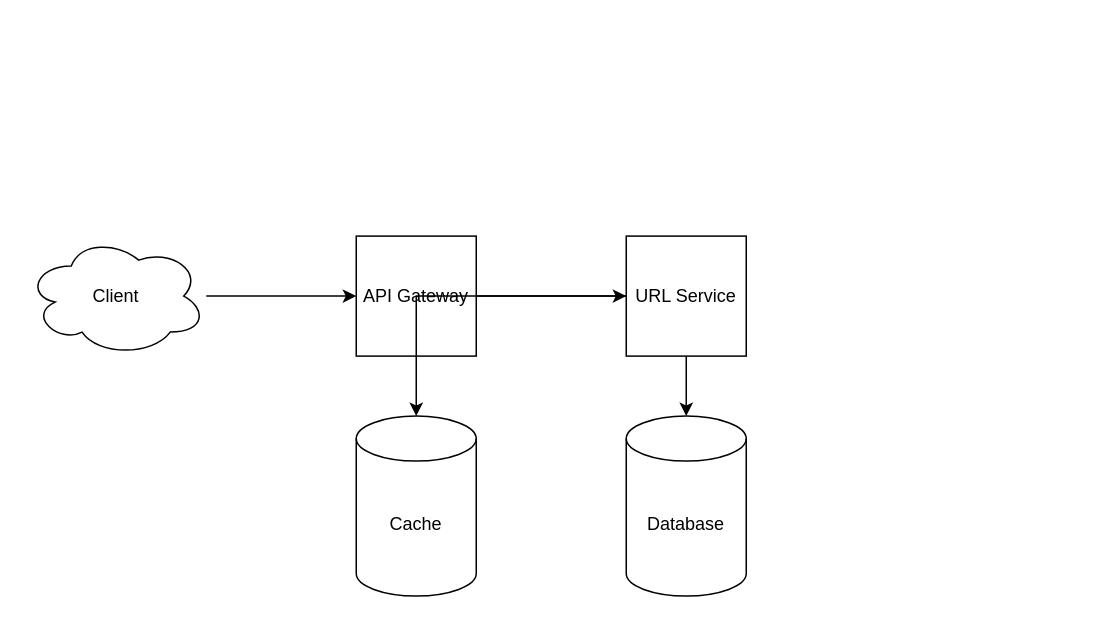
Earlier version of the draw.io diagram system-design/url-shortener/url-shortener.drawio (tarunbatta/em-prep). Source tidied: cells renumbered, new cells numbered last; positions are measured from the earlier drawing's top-left corner, leaving out a move shared by most shapes. Both pictures are drawn from the tidied source at 150%, with x=0, y=0 at pixel (26, 236).
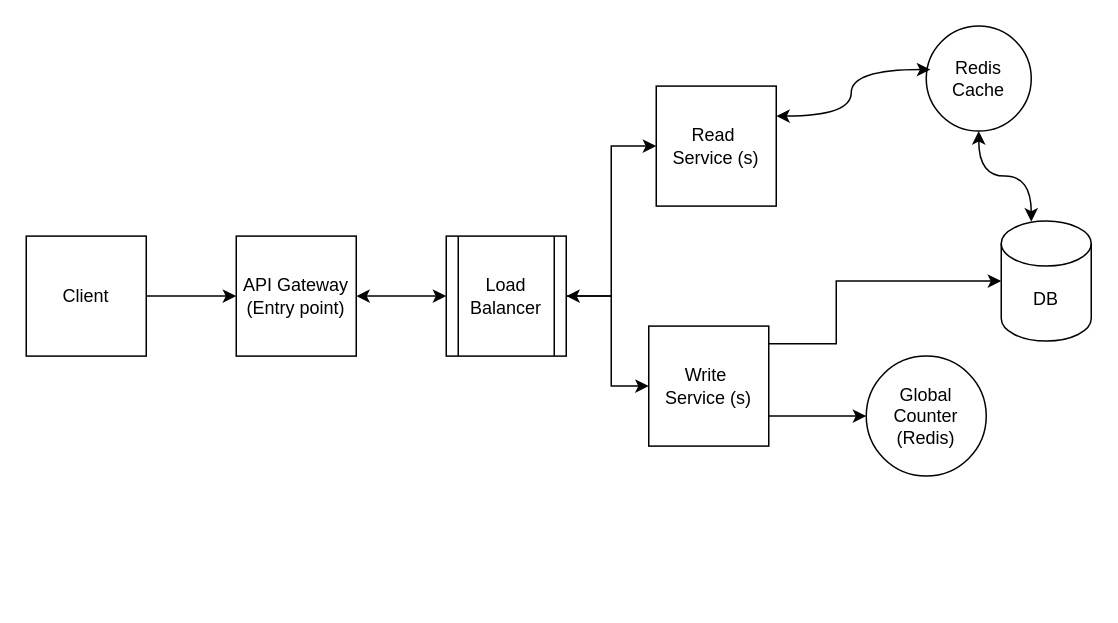
Above is the later version.

Diff of the diagram source:
```diff
@@
+    <mxCell id="11" style="edgeStyle=orthogonalEdgeStyle;rounded=0;jettySize=auto;html=1;entryX=0;entryY=0.5;entryDx=0;entryDy=0;" parent="1" edge="1" source="2" target="19">
+      <mxGeometry relative="1" as="geometry" />
+    </mxCell>
-    <mxCell id="2" value="Client" style="ellipse;shape=cloud;whiteSpace=wrap;html=1;" parent="1" vertex="1">
-      <mxGeometry y="-0.1" width="120" height="80" as="geometry" />
+    <mxCell id="2" value="Client" style="whiteSpace=wrap;html=1;" parent="1" vertex="1">
+      <mxGeometry y="-0.1" width="80" height="80" as="geometry" />
     </mxCell>
-    <mxCell id="3" value="API Gateway" style="whiteSpace=wrap;html=1;" parent="1" vertex="1">
-      <mxGeometry x="220" y="-0.1" width="80" height="80" as="geometry" />
-    </mxCell>
-    <mxCell id="4" value="URL Service" style="whiteSpace=wrap;html=1;" parent="1" vertex="1">
-      <mxGeometry x="400" y="-0.1" width="80" height="80" as="geometry" />
-    </mxCell>
-    <mxCell id="5" value="Cache" style="shape=cylinder3;whiteSpace=wrap;html=1;boundedLbl=1;backgroundOutline=1;size=15;" parent="1" vertex="1">
-      <mxGeometry x="220" y="119.9" width="80" height="120" as="geometry" />
-    </mxCell>
-    <mxCell id="6" value="Database" style="shape=cylinder3;whiteSpace=wrap;html=1;boundedLbl=1;backgroundOutline=1;size=15;" parent="1" vertex="1">
-      <mxGeometry x="400" y="119.9" width="80" height="120" as="geometry" />
-    </mxCell>
-    <mxCell id="7" style="edgeStyle=orthogonalEdgeStyle;rounded=0;jettySize=auto;html=1;" parent="1" edge="1" source="2" target="3">
-      <mxGeometry relative="1" as="geometry" />
-    </mxCell>
-    <mxCell id="8" style="edgeStyle=orthogonalEdgeStyle;rounded=0;jettySize=auto;html=1;" parent="1" edge="1" source="3" target="4">
-      <mxGeometry relative="1" as="geometry" />
-    </mxCell>
-    <mxCell id="9" style="edgeStyle=orthogonalEdgeStyle;rounded=0;jettySize=auto;html=1;" parent="1" edge="1" source="4" target="5">
-      <mxGeometry relative="1" as="geometry" />
-    </mxCell>
-    <mxCell id="10" style="edgeStyle=orthogonalEdgeStyle;rounded=0;jettySize=auto;html=1;" parent="1" edge="1" source="4" target="6">
-      <mxGeometry relative="1" as="geometry" />
-    </mxCell>
+    <mxCell id="12" style="edgeStyle=orthogonalEdgeStyle;rounded=0;jettySize=auto;html=1;exitX=1;exitY=0.75;exitDx=0;exitDy=0;entryX=0;entryY=0.5;entryDx=0;entryDy=0;" parent="1" edge="1" source="13" target="25">
+      <mxGeometry relative="1" as="geometry" />
+    </mxCell>
+    <mxCell id="13" value="Write&amp;nbsp;&lt;div&gt;&lt;span style=&quot;background-color: initial;&quot;&gt;Service (s)&lt;/span&gt;&lt;br&gt;&lt;/div&gt;" style="whiteSpace=wrap;html=1;" parent="1" vertex="1">
+      <mxGeometry x="415" y="59.9" width="80" height="80" as="geometry" />
+    </mxCell>
+    <mxCell id="14" value="DB" style="shape=cylinder3;whiteSpace=wrap;html=1;boundedLbl=1;backgroundOutline=1;size=15;" parent="1" vertex="1">
+      <mxGeometry x="650" y="-10.1" width="60" height="80" as="geometry" />
+    </mxCell>
+    <mxCell id="15" value="Redis Cache" style="ellipse;whiteSpace=wrap;html=1;" parent="1" vertex="1">
+      <mxGeometry x="600" y="-140.1" width="70" height="70" as="geometry" />
+    </mxCell>
+    <mxCell id="16" style="edgeStyle=orthogonalEdgeStyle;rounded=0;jettySize=auto;html=1;entryX=0.333;entryY=0.005;entryDx=0;entryDy=0;entryPerimeter=0;curved=1;startArrow=classic;" parent="1" edge="1" source="15" target="14">
+      <mxGeometry relative="1" as="geometry" />
+    </mxCell>
+    <mxCell id="17" value="Read&amp;nbsp;&lt;div&gt;Service (s)&lt;/div&gt;" style="whiteSpace=wrap;html=1;" parent="1" vertex="1">
+      <mxGeometry x="420" y="-100.1" width="80" height="80" as="geometry" />
+    </mxCell>
+    <mxCell id="18" style="edgeStyle=orthogonalEdgeStyle;rounded=0;jettySize=auto;html=1;exitX=1;exitY=0.5;exitDx=0;exitDy=0;entryX=0;entryY=0.5;entryDx=0;entryDy=0;startArrow=classic;" parent="1" edge="1" source="19" target="24">
+      <mxGeometry relative="1" as="geometry" />
+    </mxCell>
+    <mxCell id="19" value="API Gateway (Entry point)" style="whiteSpace=wrap;html=1;" parent="1" vertex="1">
+      <mxGeometry x="140" y="-0.1" width="80" height="80" as="geometry" />
+    </mxCell>
+    <mxCell id="20" style="edgeStyle=orthogonalEdgeStyle;rounded=0;jettySize=auto;html=1;exitX=0.994;exitY=0.147;exitDx=0;exitDy=0;entryX=0;entryY=0.5;entryDx=0;entryDy=0;entryPerimeter=0;exitPerimeter=0;" parent="1" edge="1" source="13" target="14">
+      <mxGeometry relative="1" as="geometry">
+        <Array as="points">
+          <mxPoint x="540" y="71.9" />
+          <mxPoint x="540" y="29.9" />
+        </Array>
+      </mxGeometry>
+    </mxCell>
+    <mxCell id="21" style="edgeStyle=orthogonalEdgeStyle;rounded=0;jettySize=auto;html=1;entryX=0.039;entryY=0.414;entryDx=0;entryDy=0;entryPerimeter=0;startArrow=classic;exitX=1;exitY=0.25;exitDx=0;exitDy=0;curved=1;" parent="1" edge="1" source="17" target="15">
+      <mxGeometry relative="1" as="geometry" />
+    </mxCell>
+    <mxCell id="22" style="edgeStyle=orthogonalEdgeStyle;rounded=0;orthogonalLoop=1;jettySize=auto;html=1;startArrow=classic;entryX=0;entryY=0.5;entryDx=0;entryDy=0;" parent="1" edge="1">
+      <mxGeometry relative="1" as="geometry">
+        <mxPoint x="360" y="39.9" as="sourcePoint" />
+        <mxPoint x="420" y="-60.1" as="targetPoint" />
+        <Array as="points">
+          <mxPoint x="390" y="39.9" />
+          <mxPoint x="390" y="-60.1" />
+        </Array>
+      </mxGeometry>
+    </mxCell>
+    <mxCell id="23" style="edgeStyle=orthogonalEdgeStyle;rounded=0;jettySize=auto;html=1;entryX=0;entryY=0.5;entryDx=0;entryDy=0;" parent="1" edge="1" source="24" target="13">
+      <mxGeometry relative="1" as="geometry">
+        <Array as="points">
+          <mxPoint x="390" y="39.9" />
+          <mxPoint x="390" y="99.9" />
+        </Array>
+      </mxGeometry>
+    </mxCell>
+    <mxCell id="24" value="Load Balancer" style="whiteSpace=wrap;html=1;shape=process;backgroundOutline=1;" parent="1" vertex="1">
+      <mxGeometry x="280" y="-0.1" width="80" height="80" as="geometry" />
+    </mxCell>
+    <mxCell id="25" value="Global Counter (Redis)" style="ellipse;whiteSpace=wrap;html=1;" parent="1" vertex="1">
+      <mxGeometry x="560" y="79.9" width="80" height="80" as="geometry" />
+    </mxCell>
```
